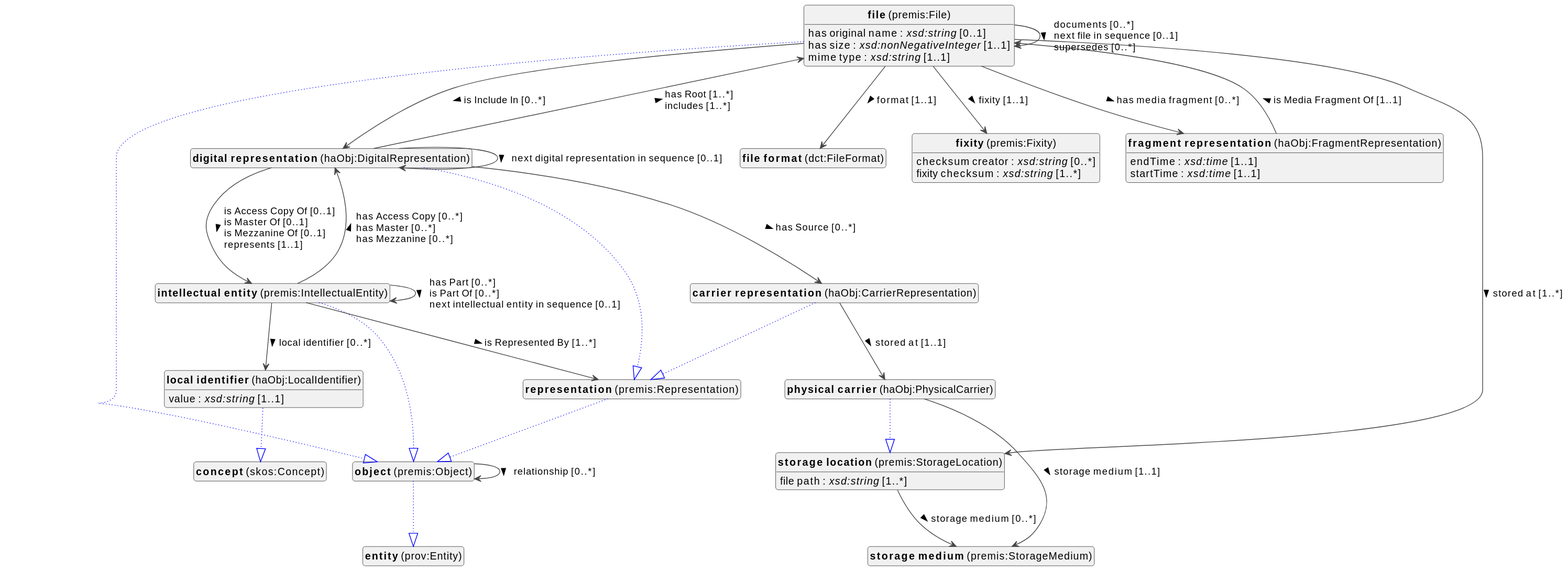
viaacode/documentation-jekyll keeps this PlantUML diagram as docs/metadata/knowledge-graph/0.0.1/objects/en/objects-diagram.svg. Above is the earlier version.
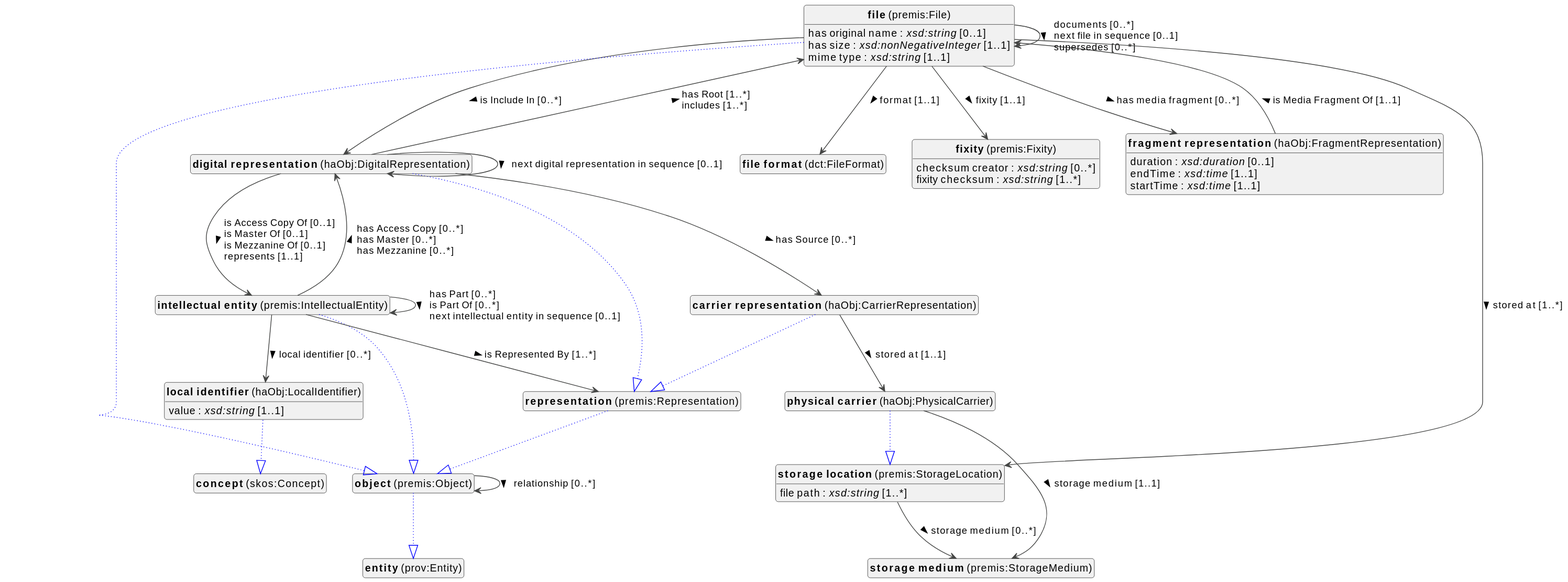
After the commit.

What changed in the source:
```diff
@@ -65,9 +65,11 @@
 
 
 
+haObj_FragmentRepresentation : duration : <i>xsd:duration</i> [0..1]
 haObj_FragmentRepresentation : endTime : <i>xsd:time</i> [1..1]
 haObj_FragmentRepresentation : startTime : <i>xsd:time</i> [1..1]
 haObj_FragmentRepresentation --> premis_File :is Media Fragment Of [1..1]  >
+
 
 
 premis_IntellectualEntity --|> premis_Object #blue;line.dotted;text:blue
```
